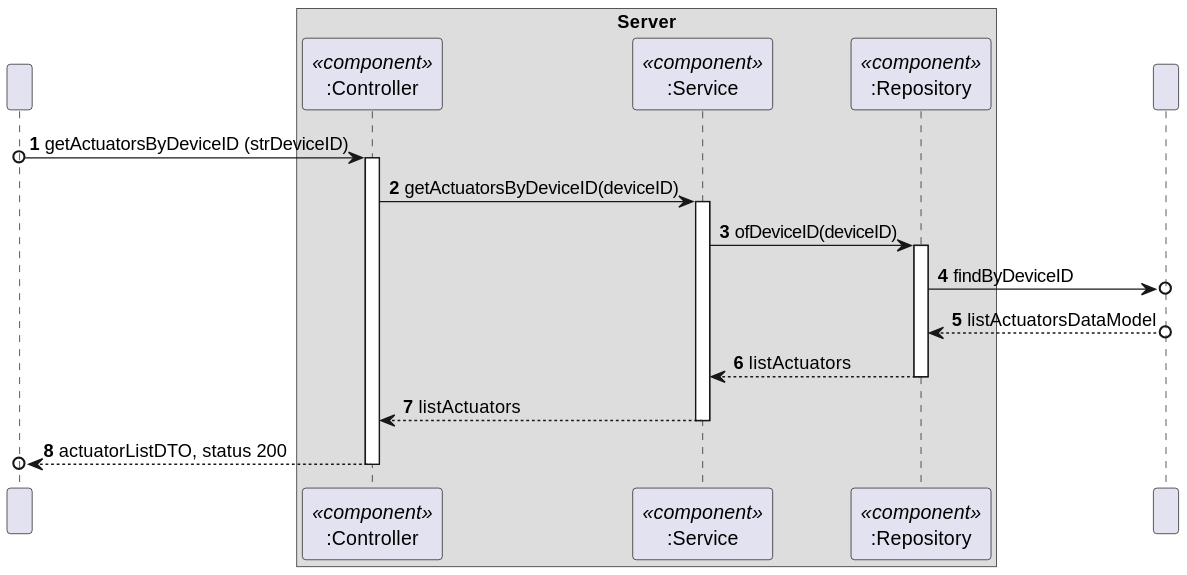
Earlier version of the PlantUML export docs/C4_4plus1_models/Level4/ProcessView/ProcessViewLevel4_UC15_v1.svg (moutajDev/smarthome). The source it was exported from:
```plantuml
@startuml
!pragma layout smetana
autonumber

participant " " as HTTP

box "Server"
participant Controller as ":Controller"<<component>>
participant Service as ":Service"<<component>>
participant Repository as ":Repository"<<component>>
end box
participant DataBase as " "

HTTP o-> Controller: getActuatorsByDeviceID (strDeviceID)
activate Controller

Controller -> Service : getActuatorsByDeviceID(deviceID)
activate Service

Service -> Repository: ofDeviceID(deviceID)
activate Repository

Repository ->o DataBase: findByDeviceID

DataBase o--> Repository: listActuatorsDataModel

Repository --> Service: listActuators
deactivate Repository

Service --> Controller: listActuators
deactivate Service

Controller -->o HTTP: actuatorListDTO, status 200
deactivate Controller
@enduml
```
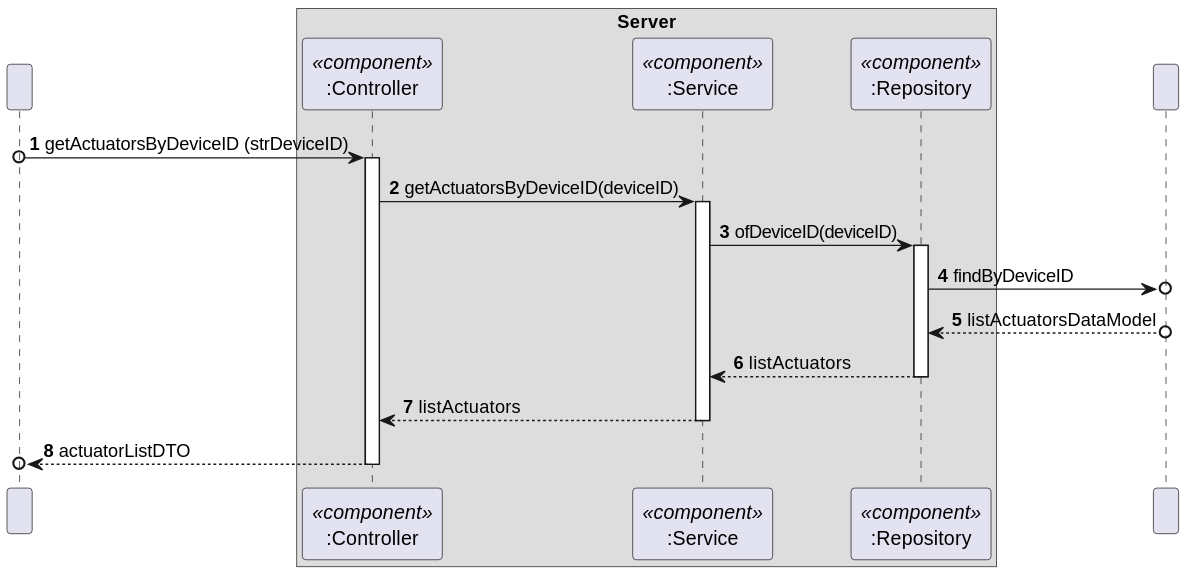
Above is the later version.

Change to the diagram source:
```diff
@@ -30,6 +30,6 @@
 Service --> Controller: listActuators
 deactivate Service
 
-Controller -->o HTTP: actuatorListDTO, status 200
+Controller -->o HTTP: actuatorListDTO
 deactivate Controller
 @enduml
```
